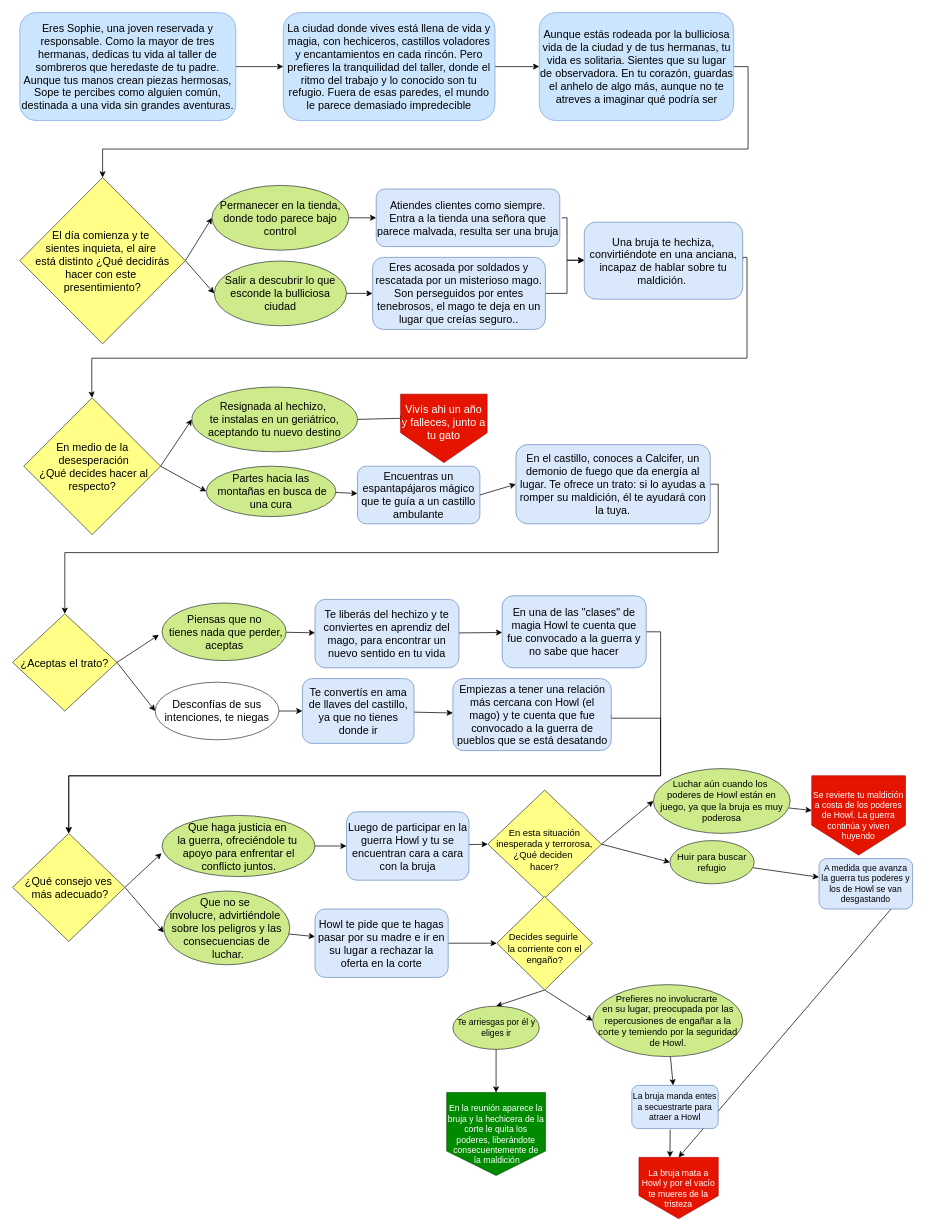
delfinapinto/pmiw keeps this draw.io diagram as Untitled Diagram.drawio. Above is the earlier version. Source tidied: cells renumbered, new cells numbered last; positions are measured from the earlier drawing's top-left corner, leaving out a move shared by most shapes. Both pictures are drawn from the tidied source at 72%, with x=0, y=0 at pixel (12, 12).
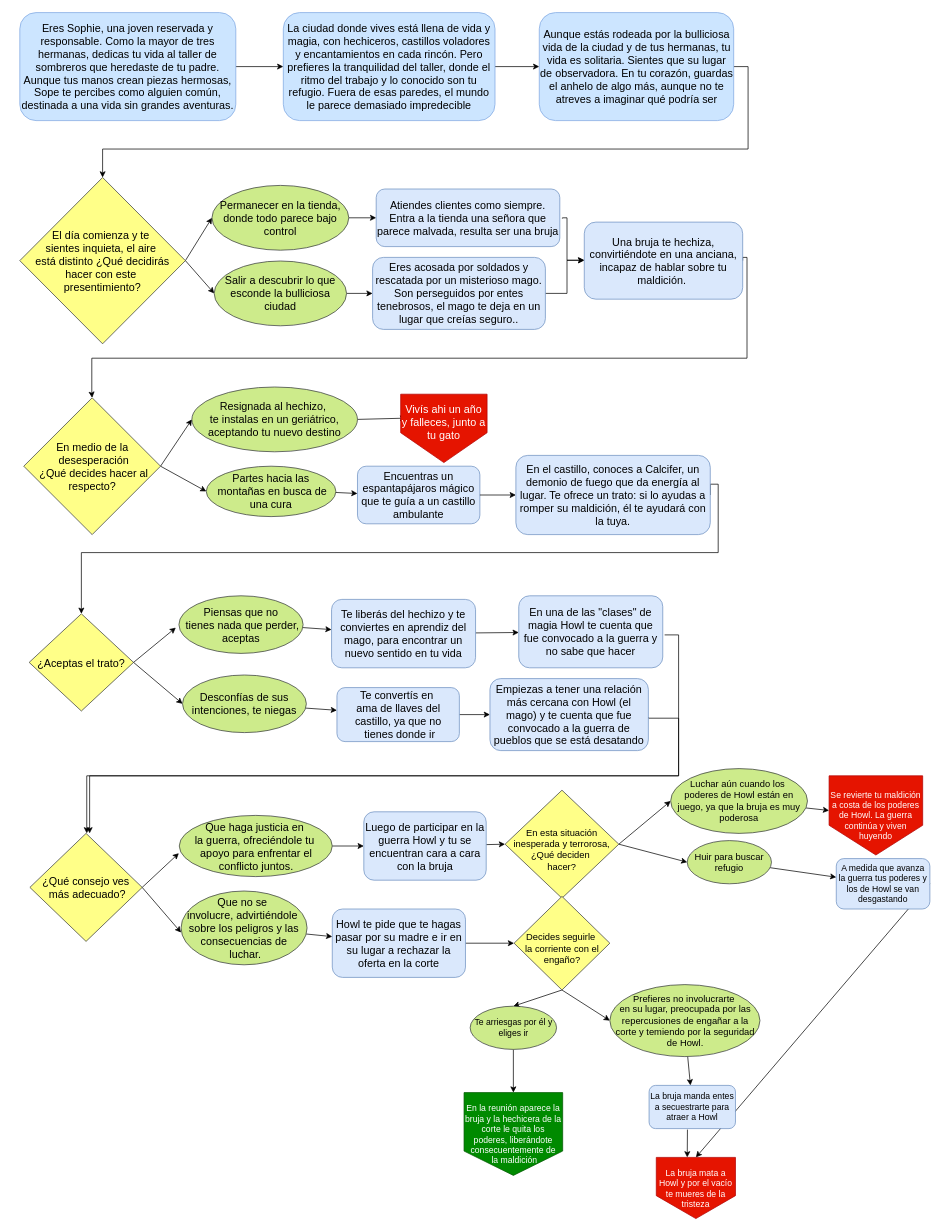
The same page after the edit.

What changed in the source:
```diff
@@
     <mxCell id="25" style="edgeStyle=orthogonalEdgeStyle;rounded=0;jettySize=auto;html=1;entryX=0.5;entryY=0;entryDx=0;entryDy=0;exitX=1;exitY=0.5;exitDx=0;exitDy=0;" parent="1" edge="1" source="26" target="28">
       <mxGeometry relative="1" as="geometry">
         <Array as="points">
+          <mxPoint x="969" y="655" />
           <mxPoint x="980" y="655" />
           <mxPoint x="980" y="750" />
-          <mxPoint x="73" y="750" />
+          <mxPoint x="95" y="750" />
+          <mxPoint x="95" y="835" />
         </Array>
       </mxGeometry>
     </mxCell>
     <mxCell id="26" value="&lt;font style=&quot;font-size: 15px;&quot;&gt;En el castillo, conoces a Calcifer, un demonio de fuego que da energía al lugar. Te ofrece un trato: si lo ayudas a romper su maldición, él te ayudará con la tuya.&lt;/font&gt;" style="rounded=1;whiteSpace=wrap;html=1;fillColor=#dae8fc;strokeColor=#6c8ebf;" parent="1" vertex="1">
-      <mxGeometry x="699" y="600" width="270" height="110" as="geometry" />
+      <mxGeometry x="699" y="615" width="270" height="110" as="geometry" />
     </mxCell>
@@
     <mxCell id="28" value="&lt;font style=&quot;font-size: 15px;&quot;&gt;¿Aceptas el trato?&lt;/font&gt;" style="rhombus;whiteSpace=wrap;html=1;fillColor=#ffff88;strokeColor=#36393d;" parent="1" vertex="1">
-      <mxGeometry y="835" width="145" height="135" as="geometry" />
+      <mxGeometry x="23" y="835" width="145" height="135" as="geometry" />
     </mxCell>
@@
     <mxCell id="30" value="&lt;font style=&quot;font-size: 15px;&quot;&gt;Piensas que no&lt;/font&gt;&lt;div style=&quot;font-size: 15px;&quot;&gt;&lt;font style=&quot;font-size: 15px;&quot;&gt;&amp;nbsp;tienes nada que perder, aceptas&lt;/font&gt;&lt;/div&gt;" style="ellipse;whiteSpace=wrap;html=1;fillColor=#cdeb8b;strokeColor=#36393d;" parent="1" vertex="1">
-      <mxGeometry x="207.5" y="820" width="172.5" height="80" as="geometry" />
+      <mxGeometry x="231" y="810" width="172.5" height="80" as="geometry" />
     </mxCell>
@@
-    <mxCell id="33" value="&lt;font style=&quot;font-size: 15px;&quot;&gt;Desconfías de sus intenciones, te niegas&lt;/font&gt;" style="ellipse;whiteSpace=wrap;html=1;fillColor=none;strokeColor=#36393d;" parent="1" vertex="1">
-      <mxGeometry x="198" y="930" width="172" height="80" as="geometry" />
+    <mxCell id="33" value="&lt;font style=&quot;font-size: 15px;&quot;&gt;Desconfías de sus intenciones, te niegas&lt;/font&gt;" style="ellipse;whiteSpace=wrap;html=1;fillColor=#cdeb8b;strokeColor=#36393d;" parent="1" vertex="1">
+      <mxGeometry x="236" y="920" width="172" height="80" as="geometry" />
     </mxCell>
@@
-    <mxCell id="35" value="&lt;font style=&quot;font-size: 15px;&quot;&gt;Te convertís en ama de llaves del castillo, ya que no tienes donde ir&lt;/font&gt;" style="rounded=1;whiteSpace=wrap;html=1;fillColor=#dae8fc;strokeColor=#6c8ebf;" parent="1" vertex="1">
-      <mxGeometry x="402.5" y="925" width="155" height="90" as="geometry" />
+    <mxCell id="35" value="&lt;font style=&quot;font-size: 15px;&quot;&gt;Te convertís en&amp;nbsp;&lt;/font&gt;&lt;div&gt;&lt;font style=&quot;font-size: 15px;&quot;&gt;ama de llaves del castillo, ya que no&lt;/font&gt;&lt;/div&gt;&lt;div&gt;&lt;font style=&quot;font-size: 15px;&quot;&gt;&amp;nbsp;tienes donde ir&lt;/font&gt;&lt;/div&gt;" style="rounded=1;whiteSpace=wrap;html=1;fillColor=#dae8fc;strokeColor=#6c8ebf;" parent="1" vertex="1">
+      <mxGeometry x="450.5" y="937.5" width="170" height="75" as="geometry" />
     </mxCell>
@@
     <mxCell id="37" value="&lt;font style=&quot;font-size: 15px;&quot;&gt;Te liberás del hechizo y te conviertes en aprendiz del mago, para encontrar un nuevo sentido en tu vida&lt;/font&gt;" style="rounded=1;whiteSpace=wrap;html=1;fillColor=#dae8fc;strokeColor=#6c8ebf;" parent="1" vertex="1">
-      <mxGeometry x="420" y="815" width="200" height="95" as="geometry" />
+      <mxGeometry x="443" y="815" width="200" height="95" as="geometry" />
     </mxCell>
-    <mxCell id="38" style="edgeStyle=orthogonalEdgeStyle;rounded=0;jettySize=auto;html=1;entryX=0.5;entryY=0;entryDx=0;entryDy=0;exitX=1;exitY=0.5;exitDx=0;exitDy=0;" parent="1" edge="1" source="39" target="42">
+    <mxCell id="38" style="edgeStyle=orthogonalEdgeStyle;rounded=0;jettySize=auto;html=1;entryX=0.5;entryY=0;entryDx=0;entryDy=0;exitX=1;exitY=0.537;exitDx=0;exitDy=0;exitPerimeter=0;" parent="1" edge="1" source="39">
       <mxGeometry relative="1" as="geometry">
+        <mxPoint x="107" y="1140" as="targetPoint" />
         <Array as="points">
-          <mxPoint x="831" y="980" />
-          <mxPoint x="900" y="980" />
-          <mxPoint x="900" y="1060" />
-          <mxPoint x="78" y="1060" />
+          <mxPoint x="883" y="980" />
+          <mxPoint x="925" y="980" />
+          <mxPoint x="925" y="1060" />
+          <mxPoint x="107" y="1060" />
         </Array>
       </mxGeometry>
     </mxCell>
     <mxCell id="39" value="&lt;font style=&quot;font-size: 15px;&quot;&gt;Empiezas a tener una relación más cercana con Howl (el mago) y te cuenta que fue convocado a la guerra de pueblos que se está desatando&lt;/font&gt;" style="rounded=1;whiteSpace=wrap;html=1;fillColor=#dae8fc;strokeColor=#6c8ebf;" parent="1" vertex="1">
-      <mxGeometry x="611.5" y="925" width="220" height="100" as="geometry" />
+      <mxGeometry x="663" y="925" width="220" height="100" as="geometry" />
     </mxCell>
@@
     <mxCell id="42" value="&lt;font style=&quot;font-size: 15px;&quot;&gt;¿Qué consejo ves&lt;/font&gt;&lt;div style=&quot;font-size: 15px;&quot;&gt;&lt;font style=&quot;font-size: 15px;&quot;&gt;&amp;nbsp;más adecuado?&lt;/font&gt;&lt;/div&gt;" style="rhombus;whiteSpace=wrap;html=1;fillColor=#ffff88;strokeColor=#36393d;" parent="1" vertex="1">
-      <mxGeometry y="1140" width="156" height="150" as="geometry" />
+      <mxGeometry x="24" y="1140" width="156" height="150" as="geometry" />
     </mxCell>
@@
     <mxCell id="44" value="&lt;font style=&quot;font-size: 15px;&quot;&gt;Que haga justicia en&amp;nbsp;&lt;/font&gt;&lt;div&gt;&lt;font style=&quot;font-size: 15px;&quot;&gt;la&amp;nbsp;&lt;/font&gt;&lt;span style=&quot;font-size: 15px; background-color: initial;&quot;&gt;guerra, ofreciéndole tu&amp;nbsp;&lt;/span&gt;&lt;/div&gt;&lt;div&gt;&lt;span style=&quot;font-size: 15px; background-color: initial;&quot;&gt;apoyo para enfrentar el conflicto juntos.&lt;/span&gt;&lt;/div&gt;" style="ellipse;whiteSpace=wrap;html=1;fillColor=#cdeb8b;strokeColor=#36393d;" parent="1" vertex="1">
-      <mxGeometry x="207.5" y="1115" width="212.5" height="85" as="geometry" />
+      <mxGeometry x="231.5" y="1115" width="212.5" height="85" as="geometry" />
     </mxCell>
@@
     <mxCell id="46" value="&lt;font style=&quot;font-size: 15px;&quot;&gt;Que no se&amp;nbsp;&lt;/font&gt;&lt;div style=&quot;font-size: 15px;&quot;&gt;&lt;font style=&quot;font-size: 15px;&quot;&gt;involucre, advirtiéndole&amp;nbsp;&lt;/font&gt;&lt;/div&gt;&lt;div style=&quot;font-size: 15px;&quot;&gt;&lt;font style=&quot;font-size: 15px;&quot;&gt;sobre los peligros y las consecuencias de&lt;/font&gt;&lt;div style=&quot;&quot;&gt;&lt;font style=&quot;font-size: 15px;&quot;&gt;&amp;nbsp;luchar.&lt;/font&gt;&lt;/div&gt;&lt;/div&gt;" style="ellipse;whiteSpace=wrap;html=1;fillColor=#cdeb8b;strokeColor=#36393d;" parent="1" vertex="1">
-      <mxGeometry x="210" y="1220" width="175" height="102.5" as="geometry" />
+      <mxGeometry x="234" y="1220" width="175" height="102.5" as="geometry" />
     </mxCell>
@@
     <mxCell id="48" value="&lt;font style=&quot;font-size: 15px;&quot;&gt;Luego de participar en la guerra&amp;nbsp;Howl y tu se encuentran cara a cara con la bruja&lt;/font&gt;" style="rounded=1;whiteSpace=wrap;html=1;fillColor=#dae8fc;strokeColor=#6c8ebf;" parent="1" vertex="1">
-      <mxGeometry x="463.8" y="1110" width="170" height="95" as="geometry" />
+      <mxGeometry x="487.8" y="1110" width="170" height="95" as="geometry" />
     </mxCell>
@@
     <mxCell id="50" value="&lt;font style=&quot;font-size: 15px;&quot;&gt;Howl te pide que te hagas pasar por su madre e ir en su lugar a rechazar la oferta en la corte&lt;/font&gt;" style="rounded=1;whiteSpace=wrap;html=1;fillColor=#dae8fc;strokeColor=#6c8ebf;" parent="1" vertex="1">
-      <mxGeometry x="420" y="1245" width="185" height="95" as="geometry" />
+      <mxGeometry x="444" y="1245" width="185" height="95" as="geometry" />
     </mxCell>
@@
     <mxCell id="53" value="&lt;div style=&quot;font-size: 13px;&quot;&gt;&lt;font style=&quot;font-size: 13px;&quot;&gt;&lt;br&gt;&lt;/font&gt;&lt;/div&gt;&lt;font style=&quot;font-size: 13px;&quot;&gt;En esta situación inesperada y terrorosa, ¿Qué deciden&amp;nbsp;&lt;/font&gt;&lt;div style=&quot;font-size: 13px;&quot;&gt;&lt;font style=&quot;font-size: 13px;&quot;&gt;hacer?&lt;/font&gt;&lt;/div&gt;" style="rhombus;whiteSpace=wrap;html=1;fillColor=#ffff88;strokeColor=#36393d;" parent="1" vertex="1">
-      <mxGeometry x="660" y="1080" width="158" height="150" as="geometry" />
+      <mxGeometry x="684" y="1080" width="158" height="150" as="geometry" />
     </mxCell>
@@
     <mxCell id="55" value="&lt;font style=&quot;font-size: 13px;&quot;&gt;Luchar aún cuando los&amp;nbsp;&lt;/font&gt;&lt;div&gt;&lt;font style=&quot;font-size: 13px;&quot;&gt;poderes de Howl están en juego, ya que la bruja es muy poderosa&lt;/font&gt;&lt;/div&gt;" style="ellipse;whiteSpace=wrap;html=1;fillColor=#cdeb8b;strokeColor=#36393d;" parent="1" vertex="1">
-      <mxGeometry x="890" y="1050" width="190" height="90" as="geometry" />
+      <mxGeometry x="914" y="1050" width="190" height="90" as="geometry" />
     </mxCell>
@@
     <mxCell id="57" value="&lt;font style=&quot;font-size: 13px;&quot;&gt;Huir para buscar refugio&lt;/font&gt;" style="ellipse;whiteSpace=wrap;html=1;fillColor=#cdeb8b;strokeColor=#36393d;" parent="1" vertex="1">
-      <mxGeometry x="913" y="1150" width="117" height="60" as="geometry" />
+      <mxGeometry x="937" y="1150" width="117" height="60" as="geometry" />
     </mxCell>
@@
     <mxCell id="60" value="&lt;div&gt;&lt;br&gt;&lt;/div&gt;&lt;font style=&quot;font-size: 13px;&quot;&gt;Decides seguirle&amp;nbsp;&lt;/font&gt;&lt;div style=&quot;font-size: 13px;&quot;&gt;&lt;font style=&quot;font-size: 13px;&quot;&gt;la corriente con el engaño?&lt;/font&gt;&lt;/div&gt;" style="rhombus;whiteSpace=wrap;html=1;fillColor=#ffff88;strokeColor=#36393d;" parent="1" vertex="1">
-      <mxGeometry x="672.5" y="1227.5" width="133" height="130" as="geometry" />
+      <mxGeometry x="696.5" y="1227.5" width="133" height="130" as="geometry" />
     </mxCell>
@@
     <mxCell id="62" value="Te arriesgas por él y eliges ir" style="ellipse;whiteSpace=wrap;html=1;fillColor=#cdeb8b;strokeColor=#36393d;" parent="1" vertex="1">
-      <mxGeometry x="611.5" y="1380" width="120" height="60" as="geometry" />
+      <mxGeometry x="635.5" y="1380" width="120" height="60" as="geometry" />
     </mxCell>
@@
     <mxCell id="64" value="&lt;font style=&quot;font-size: 13px;&quot;&gt;Prefieres no involucrarte&amp;nbsp;&lt;/font&gt;&lt;div style=&quot;font-size: 13px;&quot;&gt;&lt;font style=&quot;font-size: 13px;&quot;&gt;en su lugar, preocupada por las repercusiones de engañar a la corte y temiendo por la seguridad de Howl.&lt;/font&gt;&lt;/div&gt;" style="ellipse;whiteSpace=wrap;html=1;fillColor=#cdeb8b;strokeColor=#36393d;" parent="1" vertex="1">
-      <mxGeometry x="805.5" y="1350" width="208.5" height="100" as="geometry" />
+      <mxGeometry x="829.5" y="1350" width="208.5" height="100" as="geometry" />
     </mxCell>
     <mxCell id="65" value="&lt;div&gt;Se revierte tu maldición a costa de los poderes de Howl. La guerra continúa y viven huyendo&lt;br&gt;&lt;/div&gt;" style="shape=offPageConnector;whiteSpace=wrap;html=1;fillColor=#e51400;fontColor=#ffffff;strokeColor=#B20000;" parent="1" vertex="1">
-      <mxGeometry x="1110" y="1060" width="130" height="110" as="geometry" />
+      <mxGeometry x="1134" y="1060" width="130" height="110" as="geometry" />
     </mxCell>
@@
     <mxCell id="67" value="A medida que avanza la guerra tus poderes y los de Howl se van desgastando" style="rounded=1;whiteSpace=wrap;html=1;fillColor=#dae8fc;strokeColor=#6c8ebf;" parent="1" vertex="1">
-      <mxGeometry x="1120" y="1175" width="130" height="70" as="geometry" />
+      <mxGeometry x="1144" y="1175" width="130" height="70" as="geometry" />
     </mxCell>
     <mxCell id="68" style="edgeStyle=none;rounded=0;orthogonalLoop=1;jettySize=auto;html=1;exitX=0.75;exitY=1;exitDx=0;exitDy=0;" parent="1" edge="1">
       <mxGeometry relative="1" as="geometry">
-        <mxPoint x="565" y="1545" as="sourcePoint" />
-        <mxPoint x="565" y="1545" as="targetPoint" />
+        <mxPoint x="589" y="1545" as="sourcePoint" />
+        <mxPoint x="589" y="1545" as="targetPoint" />
       </mxGeometry>
     </mxCell>
     <mxCell id="69" style="edgeStyle=none;rounded=0;jettySize=auto;html=1;exitX=0.444;exitY=1.023;exitDx=0;exitDy=0;exitPerimeter=0;" parent="1" edge="1" source="70">
       <mxGeometry relative="1" as="geometry">
-        <mxPoint x="913" y="1590" as="targetPoint" />
+        <mxPoint x="937" y="1590" as="targetPoint" />
       </mxGeometry>
     </mxCell>
     <mxCell id="70" value="La bruja manda entes a secuestrarte para atraer a Howl" style="rounded=1;whiteSpace=wrap;html=1;fillColor=#dae8fc;strokeColor=#6c8ebf;" parent="1" vertex="1">
-      <mxGeometry x="860" y="1490" width="120" height="60" as="geometry" />
+      <mxGeometry x="884" y="1490" width="120" height="60" as="geometry" />
     </mxCell>
     <mxCell id="71" value="&lt;div&gt;La bruja mata a Howl y por el vacío te mueres de la tristeza&lt;br&gt;&lt;/div&gt;" style="shape=offPageConnector;whiteSpace=wrap;html=1;fillColor=#e51400;fontColor=#ffffff;strokeColor=#B20000;" parent="1" vertex="1">
-      <mxGeometry x="870" y="1590" width="110" height="85" as="geometry" />
+      <mxGeometry x="894" y="1590" width="110" height="85" as="geometry" />
     </mxCell>
     <mxCell id="72" value="En la reunión aparece la bruja y la hechicera de la corte le quita los poderes, liberándote consecuentemente de&lt;div&gt;&amp;nbsp;la maldición&lt;/div&gt;" style="shape=offPageConnector;whiteSpace=wrap;html=1;fillColor=#008a00;fontColor=#ffffff;strokeColor=#005700;size=0.29411764705882354;" parent="1" vertex="1">
-      <mxGeometry x="603" y="1500" width="137" height="115" as="geometry" />
+      <mxGeometry x="627" y="1500" width="137" height="115" as="geometry" />
     </mxCell>
@@
-    <mxCell id="79" style="edgeStyle=orthogonalEdgeStyle;rounded=0;jettySize=auto;html=1;exitX=1;exitY=0.5;exitDx=0;exitDy=0;entryX=0.5;entryY=0;entryDx=0;entryDy=0;" parent="1" edge="1" source="80" target="42">
+    <mxCell id="79" style="edgeStyle=orthogonalEdgeStyle;rounded=0;orthogonalLoop=1;jettySize=auto;html=1;exitX=0.998;exitY=0.543;exitDx=0;exitDy=0;entryX=0.487;entryY=0;entryDx=0;entryDy=0;exitPerimeter=0;entryPerimeter=0;" parent="1" edge="1">
       <mxGeometry relative="1" as="geometry">
+        <mxPoint x="905.6" y="864.3" as="sourcePoint" />
+        <mxPoint x="103" y="1140" as="targetPoint" />
         <Array as="points">
-          <mxPoint x="900" y="860" />
-          <mxPoint x="900" y="1060" />
-          <mxPoint x="78" y="1060" />
+          <mxPoint x="925" y="864" />
+          <mxPoint x="925" y="1060" />
+          <mxPoint x="103" y="1060" />
         </Array>
       </mxGeometry>
     </mxCell>
     <mxCell id="80" value="&lt;font style=&quot;font-size: 15px;&quot;&gt;En una de las &quot;clases&quot; de magia Howl te cuenta que fue convocado a la guerra y no&amp;nbsp;&lt;/font&gt;&lt;span style=&quot;font-size: 15px; background-color: initial;&quot;&gt;sabe que hacer&lt;/span&gt;" style="rounded=1;whiteSpace=wrap;html=1;fillColor=#dae8fc;strokeColor=#6c8ebf;" parent="1" vertex="1">
-      <mxGeometry x="680" y="810" width="200" height="100" as="geometry" />
+      <mxGeometry x="703" y="810" width="200" height="100" as="geometry" />
     </mxCell>
```
